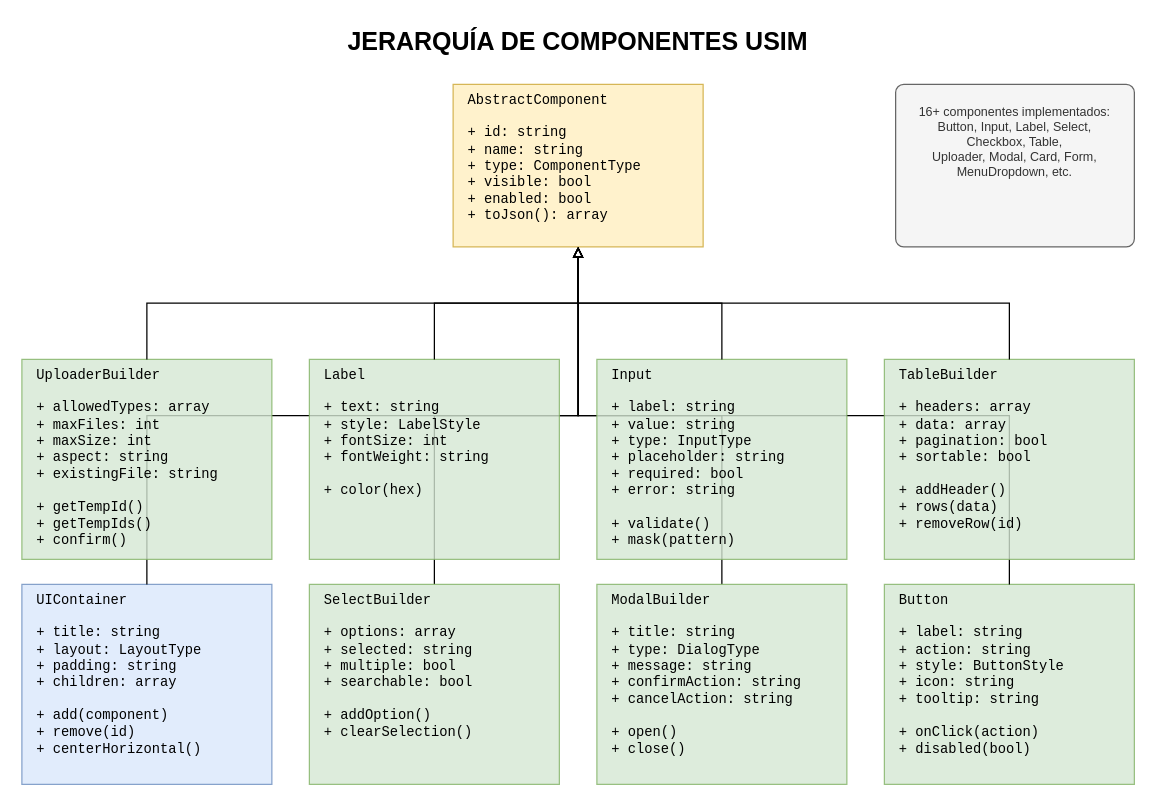
idei/usim-framework keeps this draw.io diagram as page "3. Clases de Componentes" (3 of 4) of docs/framework/USIM_DIAGRAMS.drawio. Above is the earlier version. Source tidied: cells renumbered, new cells numbered last; positions are measured from the earlier drawing's top-left corner, leaving out a move shared by most shapes. Both pictures are drawn from the tidied source at 125%, with x=0, y=0 at pixel (21, 21).
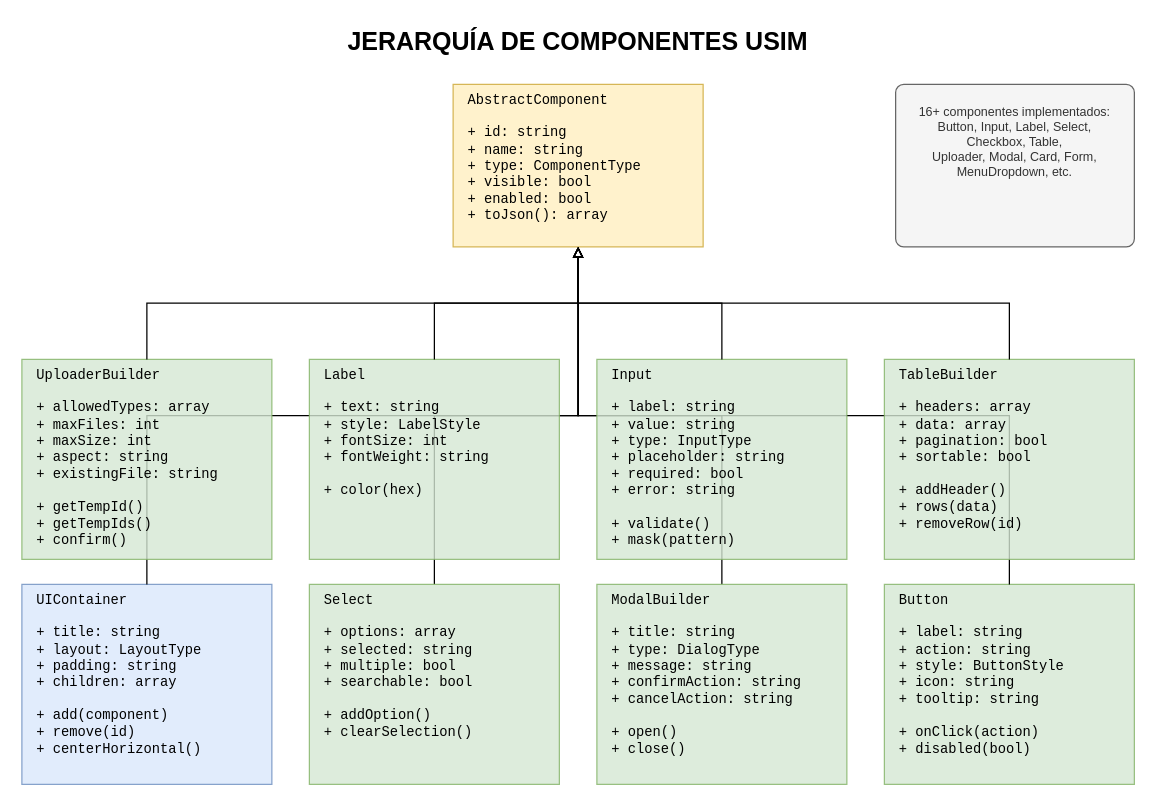
The same diagram, later.

Commit message (it also covers changes not shown here):
Refactor SelectBuilder to Select component and update references

The edit, as a diff of the source:
```diff
@@
-    <mxCell id="18" value="SelectBuilder&#10;&#10;+ options: array&#10;+ selected: string&#10;+ multiple: bool&#10;+ searchable: bool&#10;&#10;+ addOption()&#10;+ clearSelection()" style="rounded=0;whiteSpace=wrap;html=1;fillColor=#d5e8d4;strokeColor=#82b366;align=left;verticalAlign=top;spacingLeft=10;fontFamily=Courier New;fontSize=11;opacity=80;" parent="1" vertex="1">
+    <mxCell id="18" value="Select&#10;&#10;+ options: array&#10;+ selected: string&#10;+ multiple: bool&#10;+ searchable: bool&#10;&#10;+ addOption()&#10;+ clearSelection()" style="rounded=0;whiteSpace=wrap;html=1;fillColor=#d5e8d4;strokeColor=#82b366;align=left;verticalAlign=top;spacingLeft=10;fontFamily=Courier New;fontSize=11;opacity=80;" parent="1" vertex="1">
       <mxGeometry x="230" y="450" width="200" height="160" as="geometry" />
     </mxCell>
```
